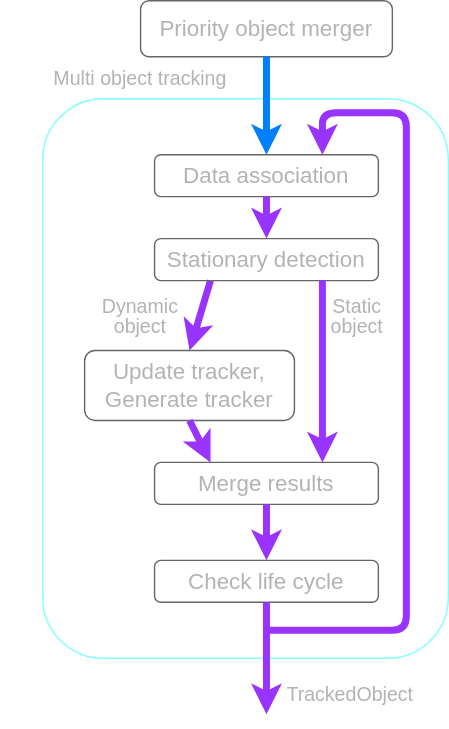
The draw.io diagram new_perception_proposal/fig/multi_object_tracking.drawio.svg in scepter914/autoware-architecture-proposal, before a commit. Source tidied: cells renumbered, new cells last; positions are measured from the earlier drawing's top-left corner, leaving out a move shared by most shapes.
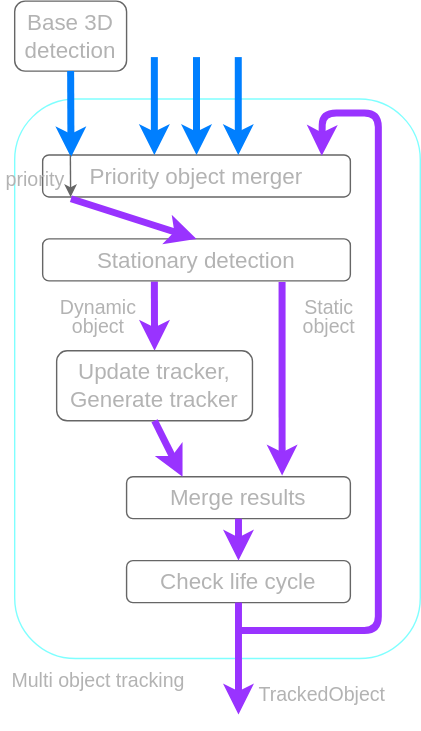
After the commit.

Change to the diagram source:
```diff
@@ -5,46 +5,46 @@
     <mxCell id="2" style="rounded=1;whiteSpace=wrap;html=1;strokeColor=#00FFFF;fillColor=none;fontColor=#B3B3B3;opacity=50;" parent="1" vertex="1">
       <mxGeometry x="30" y="70" width="290" height="400" as="geometry" />
     </mxCell>
-    <mxCell id="3" value="&lt;font color=&quot;#b3b3b3&quot;&gt;&lt;span style=&quot;font-size: 16px;&quot;&gt;Data association&lt;/span&gt;&lt;/font&gt;" style="rounded=1;whiteSpace=wrap;html=1;fillColor=none;strokeColor=#666666;" parent="1" vertex="1">
-      <mxGeometry x="110" y="110" width="160" height="30" as="geometry" />
+    <mxCell id="3" value="&lt;font color=&quot;#b3b3b3&quot;&gt;&lt;span style=&quot;font-size: 16px;&quot;&gt;Priority object merger&lt;/span&gt;&lt;/font&gt;" style="rounded=1;whiteSpace=wrap;html=1;fillColor=none;strokeColor=#666666;" parent="1" vertex="1">
+      <mxGeometry x="50" y="110" width="220" height="30" as="geometry" />
     </mxCell>
-    <mxCell id="4" style="endArrow=classic;html=1;strokeColor=#9933FF;exitX=0.25;exitY=1;exitDx=0;exitDy=0;strokeWidth=5;entryX=0.5;entryY=0;entryDx=0;entryDy=0;" parent="1" edge="1" source="12" target="5">
+    <mxCell id="4" style="endArrow=classic;html=1;strokeColor=#9933FF;exitX=0.363;exitY=1.016;exitDx=0;exitDy=0;strokeWidth=5;entryX=0.5;entryY=0;entryDx=0;entryDy=0;exitPerimeter=0;" parent="1" edge="1" source="12" target="5">
       <mxGeometry relative="1" as="geometry" />
     </mxCell>
     <mxCell id="5" value="&lt;font color=&quot;#b3b3b3&quot;&gt;&lt;span style=&quot;font-size: 16px;&quot;&gt;Update tracker, Generate tracker&lt;/span&gt;&lt;/font&gt;" style="rounded=1;whiteSpace=wrap;html=1;fillColor=none;strokeColor=#666666;" parent="1" vertex="1">
-      <mxGeometry x="60" y="250" width="150" height="50" as="geometry" />
+      <mxGeometry x="60" y="250" width="140" height="50" as="geometry" />
     </mxCell>
     <mxCell id="6" value="&lt;p style=&quot;line-height: 100%; font-size: 14px;&quot;&gt;&lt;font style=&quot;font-size: 14px;&quot;&gt;Multi object tracking&lt;/font&gt;&lt;/p&gt;" style="text;html=1;strokeColor=none;fillColor=none;align=center;verticalAlign=middle;whiteSpace=wrap;rounded=0;fontSize=14;fontColor=#B3B3B3;" parent="1" vertex="1">
-      <mxGeometry y="40" width="200" height="30" as="geometry" />
+      <mxGeometry x="20" y="470" width="140" height="30" as="geometry" />
     </mxCell>
-    <mxCell id="7" value="&lt;font color=&quot;#b3b3b3&quot;&gt;&lt;span style=&quot;font-size: 16px;&quot;&gt;Priority object merger&lt;/span&gt;&lt;/font&gt;" style="rounded=1;whiteSpace=wrap;html=1;fillColor=none;strokeColor=#666666;" parent="1" vertex="1">
-      <mxGeometry x="100" width="180" height="40" as="geometry" />
+    <mxCell id="7" value="&lt;font color=&quot;#b3b3b3&quot;&gt;&lt;span style=&quot;font-size: 16px;&quot;&gt;Base 3D detection&lt;/span&gt;&lt;/font&gt;" style="rounded=1;whiteSpace=wrap;html=1;fillColor=none;strokeColor=#666666;" parent="1" vertex="1">
+      <mxGeometry x="30" width="80" height="50" as="geometry" />
     </mxCell>
-    <mxCell id="8" style="endArrow=classic;html=1;strokeColor=#007FFF;strokeWidth=5;exitX=0.5;exitY=1;exitDx=0;exitDy=0;entryX=0.5;entryY=0;entryDx=0;entryDy=0;" parent="1" edge="1" source="7" target="3">
+    <mxCell id="8" style="endArrow=classic;html=1;strokeColor=#007FFF;strokeWidth=5;exitX=0.5;exitY=1;exitDx=0;exitDy=0;entryX=0.092;entryY=0.053;entryDx=0;entryDy=0;entryPerimeter=0;" parent="1" edge="1" source="7" target="3">
       <mxGeometry relative="1" as="geometry" />
     </mxCell>
     <mxCell id="9" value="&lt;font color=&quot;#b3b3b3&quot;&gt;&lt;span style=&quot;font-size: 16px;&quot;&gt;Merge results&lt;/span&gt;&lt;/font&gt;" style="rounded=1;whiteSpace=wrap;html=1;fillColor=none;strokeColor=#666666;" parent="1" vertex="1">
-      <mxGeometry x="110" y="330" width="160" height="30" as="geometry" />
+      <mxGeometry x="110" y="340" width="160" height="30" as="geometry" />
     </mxCell>
     <mxCell id="10" value="&lt;p style=&quot;line-height: 100%; font-size: 14px;&quot;&gt;&lt;font style=&quot;font-size: 14px;&quot;&gt;Dynamic object&lt;/font&gt;&lt;/p&gt;" style="text;html=1;strokeColor=none;fillColor=none;align=center;verticalAlign=middle;whiteSpace=wrap;rounded=0;fontSize=14;fontColor=#B3B3B3;" parent="1" vertex="1">
-      <mxGeometry x="70" y="210" width="60" height="30" as="geometry" />
+      <mxGeometry x="60" y="210" width="60" height="30" as="geometry" />
     </mxCell>
     <mxCell id="11" value="&lt;p style=&quot;line-height: 100%; font-size: 14px;&quot;&gt;&lt;font style=&quot;font-size: 14px;&quot;&gt;Static object&lt;/font&gt;&lt;/p&gt;" style="text;html=1;strokeColor=none;fillColor=none;align=center;verticalAlign=middle;whiteSpace=wrap;rounded=0;fontSize=14;fontColor=#B3B3B3;" parent="1" vertex="1">
       <mxGeometry x="230" y="210" width="50" height="30" as="geometry" />
     </mxCell>
     <mxCell id="12" value="&lt;font color=&quot;#b3b3b3&quot;&gt;&lt;span style=&quot;font-size: 16px;&quot;&gt;Stationary detection&lt;/span&gt;&lt;/font&gt;" style="rounded=1;whiteSpace=wrap;html=1;fillColor=none;strokeColor=#666666;" parent="1" vertex="1">
-      <mxGeometry x="110" y="170" width="160" height="30" as="geometry" />
+      <mxGeometry x="50" y="170" width="220" height="30" as="geometry" />
     </mxCell>
     <mxCell id="13" value="&lt;font color=&quot;#b3b3b3&quot;&gt;&lt;span style=&quot;font-size: 16px;&quot;&gt;Check life cycle&lt;/span&gt;&lt;/font&gt;" style="rounded=1;whiteSpace=wrap;html=1;fillColor=none;strokeColor=#666666;" parent="1" vertex="1">
       <mxGeometry x="110" y="400" width="160" height="30" as="geometry" />
     </mxCell>
-    <mxCell id="14" style="endArrow=classic;html=1;strokeColor=#9933FF;exitX=0.75;exitY=1;exitDx=0;exitDy=0;strokeWidth=5;entryX=0.75;entryY=0;entryDx=0;entryDy=0;" parent="1" edge="1" source="12" target="9">
+    <mxCell id="14" style="endArrow=classic;html=1;strokeColor=#9933FF;exitX=0.778;exitY=1.028;exitDx=0;exitDy=0;strokeWidth=5;entryX=0.695;entryY=-0.028;entryDx=0;entryDy=0;exitPerimeter=0;entryPerimeter=0;" parent="1" edge="1" source="12" target="9">
       <mxGeometry relative="1" as="geometry" />
     </mxCell>
     <mxCell id="15" style="endArrow=classic;html=1;strokeColor=#9933FF;exitX=0.5;exitY=1;exitDx=0;exitDy=0;strokeWidth=5;entryX=0.25;entryY=0;entryDx=0;entryDy=0;" parent="1" edge="1" source="5" target="9">
       <mxGeometry relative="1" as="geometry" />
     </mxCell>
-    <mxCell id="16" style="endArrow=classic;html=1;strokeColor=#9933FF;exitX=0.5;exitY=1;exitDx=0;exitDy=0;strokeWidth=5;entryX=0.5;entryY=0;entryDx=0;entryDy=0;" parent="1" edge="1" source="3" target="12">
+    <mxCell id="16" style="endArrow=classic;html=1;strokeColor=#9933FF;exitX=0.092;exitY=1.042;exitDx=0;exitDy=0;strokeWidth=5;entryX=0.5;entryY=0;entryDx=0;entryDy=0;exitPerimeter=0;" parent="1" edge="1" source="3" target="12">
       <mxGeometry relative="1" as="geometry" />
     </mxCell>
     <mxCell id="17" style="endArrow=classic;html=1;strokeColor=#9933FF;exitX=0.5;exitY=1;exitDx=0;exitDy=0;strokeWidth=5;entryX=0.5;entryY=0;entryDx=0;entryDy=0;" parent="1" edge="1" source="9" target="13">
@@ -55,18 +55,44 @@
         <mxPoint x="190" y="510" as="targetPoint" />
       </mxGeometry>
     </mxCell>
-    <mxCell id="19" style="endArrow=classic;html=1;strokeColor=#9933FF;strokeWidth=5;entryX=0.75;entryY=0;entryDx=0;entryDy=0;" parent="1" edge="1" target="3">
+    <mxCell id="19" style="endArrow=classic;html=1;strokeColor=#9933FF;strokeWidth=5;entryX=0.907;entryY=0.02;entryDx=0;entryDy=0;entryPerimeter=0;" parent="1" edge="1" target="3">
       <mxGeometry relative="1" as="geometry">
         <mxPoint x="190" y="450" as="sourcePoint" />
         <Array as="points">
           <mxPoint x="290" y="450" />
           <mxPoint x="290" y="80" />
-          <mxPoint x="230" y="80" />
+          <mxPoint x="250" y="80" />
         </Array>
       </mxGeometry>
     </mxCell>
     <mxCell id="20" value="&lt;p style=&quot;line-height: 100%; font-size: 14px;&quot;&gt;&lt;font style=&quot;font-size: 14px;&quot;&gt;TrackedObject&lt;/font&gt;&lt;/p&gt;" style="text;html=1;strokeColor=none;fillColor=none;align=center;verticalAlign=middle;whiteSpace=wrap;rounded=0;fontSize=14;fontColor=#B3B3B3;" parent="1" vertex="1">
       <mxGeometry x="220" y="480" width="60" height="30" as="geometry" />
     </mxCell>
+    <mxCell id="21" style="endArrow=classic;html=1;strokeColor=#007FFF;strokeWidth=5;entryX=0.5;entryY=0;entryDx=0;entryDy=0;" parent="1" edge="1" target="3">
+      <mxGeometry relative="1" as="geometry">
+        <mxPoint x="160" y="40" as="sourcePoint" />
+      </mxGeometry>
+    </mxCell>
+    <mxCell id="22" style="endArrow=classic;html=1;strokeColor=#666666;" parent="1" edge="1">
+      <mxGeometry relative="1" as="geometry">
+        <mxPoint x="69.8" y="110" as="sourcePoint" />
+        <mxPoint x="70" y="140" as="targetPoint" />
+      </mxGeometry>
+    </mxCell>
+    <mxCell id="23" value="&lt;font style=&quot;font-size: 14px;&quot;&gt;priority&lt;/font&gt;" style="text;html=1;strokeColor=none;fillColor=none;align=center;verticalAlign=middle;whiteSpace=wrap;rounded=0;fontSize=20;fontColor=#B3B3B3;" parent="1" vertex="1">
+      <mxGeometry x="20" y="110" width="50" height="30" as="geometry" />
+    </mxCell>
+    <mxCell id="24" style="endArrow=classic;html=1;strokeColor=#007FFF;strokeWidth=5;entryX=0.5;entryY=0;entryDx=0;entryDy=0;" parent="1" edge="1">
+      <mxGeometry relative="1" as="geometry">
+        <mxPoint x="189.9" y="40" as="sourcePoint" />
+        <mxPoint x="189.9" y="110" as="targetPoint" />
+      </mxGeometry>
+    </mxCell>
+    <mxCell id="25" style="endArrow=classic;html=1;strokeColor=#007FFF;strokeWidth=5;entryX=0.5;entryY=0;entryDx=0;entryDy=0;" parent="1" edge="1">
+      <mxGeometry relative="1" as="geometry">
+        <mxPoint x="129.9" y="40" as="sourcePoint" />
+        <mxPoint x="129.9" y="110" as="targetPoint" />
+      </mxGeometry>
+    </mxCell>
   </root>
 </mxGraphModel>
```
